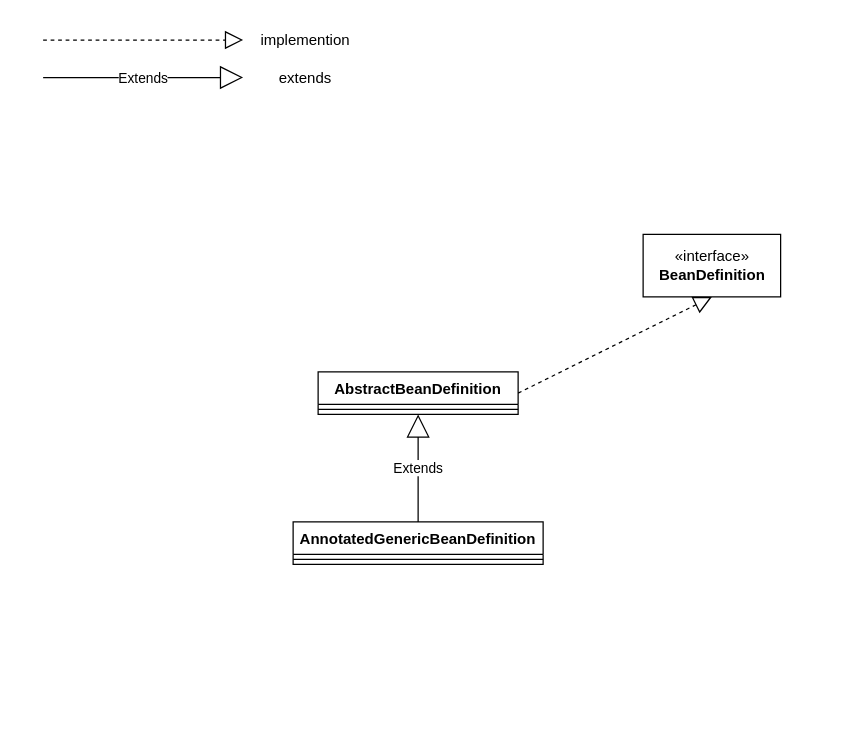
zhoulei4652/gitchild keeps this draw.io diagram as Untitled Diagram.drawio. Above is the earlier version. Source tidied: cells renumbered, new cells numbered last; positions are measured from the earlier drawing's top-left corner, leaving out a move shared by most shapes. Both pictures are drawn from the tidied source at 125%, with x=0, y=0 at pixel (42, 21).
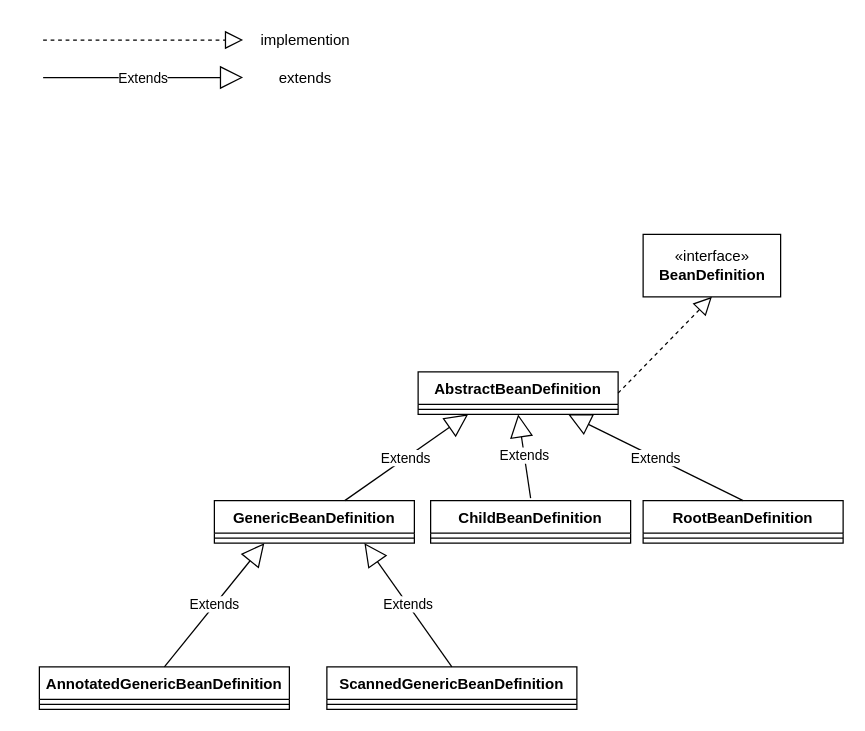
The same diagram, later.

The edit, as a diff of the source:
```diff
@@
     <mxCell id="3" value="AbstractBeanDefinition" style="swimlane;fontStyle=1;align=center;verticalAlign=top;horizontal=1;startSize=26;" parent="1" vertex="1">
-      <mxGeometry x="220" y="280" width="160" height="34" as="geometry" />
+      <mxGeometry x="300" y="280" width="160" height="34" as="geometry" />
     </mxCell>
@@
     <mxCell id="8" value="AnnotatedGenericBeanDefinition" style="swimlane;fontStyle=1;align=center;verticalAlign=top;horizontal=1;startSize=26;" parent="1" vertex="1">
-      <mxGeometry x="200" y="400" width="200" height="34" as="geometry" />
+      <mxGeometry x="-3" y="516" width="200" height="34" as="geometry" />
     </mxCell>
@@
-    <mxCell id="10" value="Extends" style="endArrow=block;endSize=16;endFill=0;html=1;rounded=0;exitX=0.5;exitY=0;exitDx=0;exitDy=0;" parent="1" edge="1" source="8" target="3">
-      <mxGeometry relative="1" as="geometry" />
-    </mxCell>
@@
+    <mxCell id="13" value="ScannedGenericBeanDefinition" style="swimlane;fontStyle=1;align=center;verticalAlign=top;horizontal=1;startSize=26;" parent="1" vertex="1">
+      <mxGeometry x="227" y="516" width="200" height="34" as="geometry" />
+    </mxCell>
+    <mxCell id="14" style="line;strokeWidth=1;fillColor=none;align=left;verticalAlign=middle;spacingTop=-1;spacingLeft=3;spacingRight=3;labelPosition=right;" parent="13" vertex="1">
+      <mxGeometry y="26" width="200" height="8" as="geometry" />
+    </mxCell>
+    <mxCell id="15" value="GenericBeanDefinition" style="swimlane;fontStyle=1;align=center;verticalAlign=top;horizontal=1;startSize=26;" parent="1" vertex="1">
+      <mxGeometry x="137" y="383" width="160" height="34" as="geometry" />
+    </mxCell>
+    <mxCell id="16" style="line;strokeWidth=1;fillColor=none;align=left;verticalAlign=middle;spacingTop=-1;spacingLeft=3;spacingRight=3;labelPosition=right;" parent="15" vertex="1">
+      <mxGeometry y="26" width="160" height="8" as="geometry" />
+    </mxCell>
+    <mxCell id="17" value="Extends" style="endArrow=block;endSize=16;endFill=0;html=1;rounded=0;entryX=0.25;entryY=1;entryDx=0;entryDy=0;" parent="1" edge="1" source="15" target="3">
+      <mxGeometry relative="1" as="geometry" />
+    </mxCell>
+    <mxCell id="18" value="Extends" style="endArrow=block;endSize=16;endFill=0;html=1;rounded=0;entryX=0.25;entryY=1;entryDx=0;entryDy=0;exitX=0.5;exitY=0;exitDx=0;exitDy=0;" parent="1" edge="1" source="8" target="15">
+      <mxGeometry relative="1" as="geometry" />
+    </mxCell>
+    <mxCell id="19" value="Extends" style="endArrow=block;endSize=16;endFill=0;html=1;rounded=0;exitX=0.5;exitY=0;exitDx=0;exitDy=0;entryX=0.75;entryY=1;entryDx=0;entryDy=0;" parent="1" edge="1" source="13" target="15">
+      <mxGeometry relative="1" as="geometry" />
+    </mxCell>
+    <mxCell id="20" value="RootBeanDefinition" style="swimlane;fontStyle=1;align=center;verticalAlign=top;horizontal=1;startSize=26;" parent="1" vertex="1">
+      <mxGeometry x="480" y="383" width="160" height="34" as="geometry" />
+    </mxCell>
+    <mxCell id="21" style="line;strokeWidth=1;fillColor=none;align=left;verticalAlign=middle;spacingTop=-1;spacingLeft=3;spacingRight=3;labelPosition=right;" parent="20" vertex="1">
+      <mxGeometry y="26" width="160" height="8" as="geometry" />
+    </mxCell>
+    <mxCell id="22" value="Extends" style="endArrow=block;endSize=16;endFill=0;html=1;rounded=0;exitX=0.5;exitY=0;exitDx=0;exitDy=0;entryX=0.75;entryY=1;entryDx=0;entryDy=0;" parent="1" edge="1" source="20" target="3">
+      <mxGeometry relative="1" as="geometry" />
+    </mxCell>
+    <mxCell id="23" value="ChildBeanDefinition" style="swimlane;fontStyle=1;align=center;verticalAlign=top;horizontal=1;startSize=26;" parent="1" vertex="1">
+      <mxGeometry x="310" y="383" width="160" height="34" as="geometry" />
+    </mxCell>
+    <mxCell id="24" style="line;strokeWidth=1;fillColor=none;align=left;verticalAlign=middle;spacingTop=-1;spacingLeft=3;spacingRight=3;labelPosition=right;" parent="23" vertex="1">
+      <mxGeometry y="26" width="160" height="8" as="geometry" />
+    </mxCell>
+    <mxCell id="25" value="Extends" style="endArrow=block;endSize=16;endFill=0;html=1;rounded=0;entryX=0.5;entryY=1;entryDx=0;entryDy=0;" parent="1" edge="1" target="3">
+      <mxGeometry relative="1" as="geometry">
+        <mxPoint x="390" y="381" as="sourcePoint" />
+      </mxGeometry>
+    </mxCell>
```
